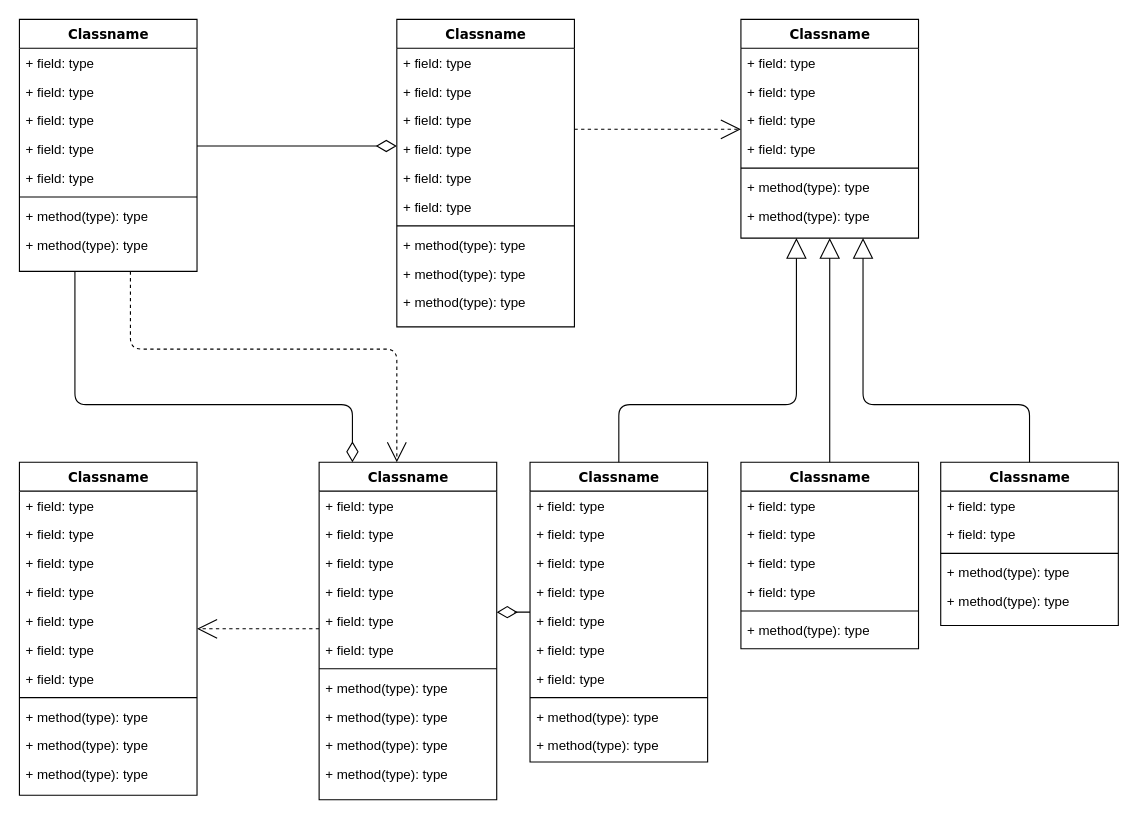
Before: Diagramma bez nosaukuma.drawio in raimondsvevers/raimondsvevers, a draw.io diagram. Source tidied: cells renumbered, new cells numbered last; positions are measured from the earlier drawing's top-left corner, leaving out a move shared by most shapes. Both pictures are drawn from the tidied source at 111%, with x=0, y=0 at pixel (19, 19).
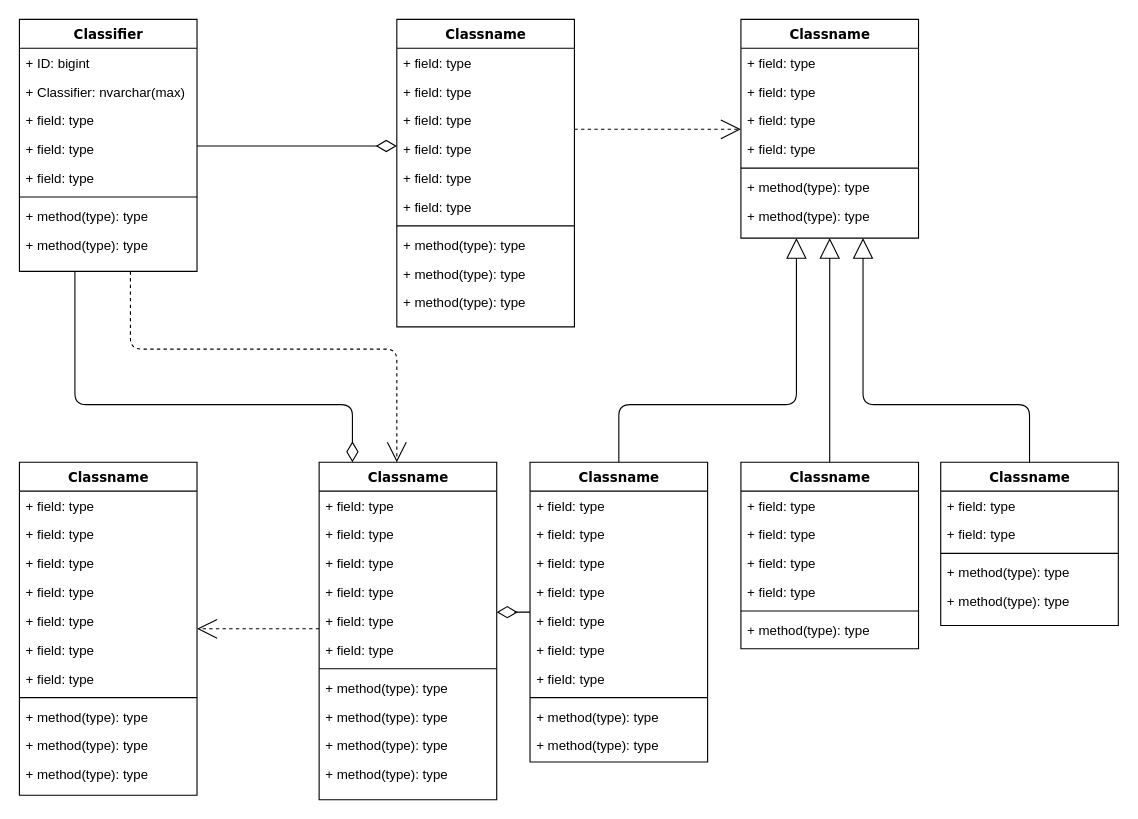
Above is the later version.

What changed in the source:
```diff
@@
-    <mxCell id="4" value="Classname" style="swimlane;html=1;fontStyle=1;align=center;verticalAlign=top;horizontal=1;startSize=26;swimlaneFillColor=#ffffff;rounded=0;shadow=0;comic=0;labelBackgroundColor=none;strokeWidth=1;fillColor=none;fontFamily=Verdana;fontSize=12;" parent="1" vertex="1">
+    <mxCell id="4" value="Classifier" style="swimlane;html=1;fontStyle=1;align=center;verticalAlign=top;horizontal=1;startSize=26;swimlaneFillColor=#ffffff;rounded=0;shadow=0;comic=0;labelBackgroundColor=none;strokeWidth=1;fillColor=none;fontFamily=Verdana;fontSize=12;" parent="1" vertex="1">
       <mxGeometry width="160" height="227" as="geometry" />
     </mxCell>
-    <mxCell id="5" value="+ field: type" style="text;html=1;strokeColor=none;fillColor=none;align=left;verticalAlign=top;spacingLeft=4;spacingRight=4;whiteSpace=wrap;overflow=hidden;" parent="4" vertex="1">
+    <mxCell id="5" value="+ ID: bigint" style="text;html=1;strokeColor=none;fillColor=none;align=left;verticalAlign=top;spacingLeft=4;spacingRight=4;whiteSpace=wrap;overflow=hidden;" parent="4" vertex="1">
       <mxGeometry y="26" width="160" height="26" as="geometry" />
     </mxCell>
-    <mxCell id="6" value="+ field: type" style="text;html=1;strokeColor=none;fillColor=none;align=left;verticalAlign=top;spacingLeft=4;spacingRight=4;whiteSpace=wrap;overflow=hidden;" parent="4" vertex="1">
+    <mxCell id="6" value="+ Classifier: nvarchar(max)" style="text;html=1;strokeColor=none;fillColor=none;align=left;verticalAlign=top;spacingLeft=4;spacingRight=4;whiteSpace=wrap;overflow=hidden;" parent="4" vertex="1">
       <mxGeometry y="52" width="160" height="26" as="geometry" />
     </mxCell>
```
